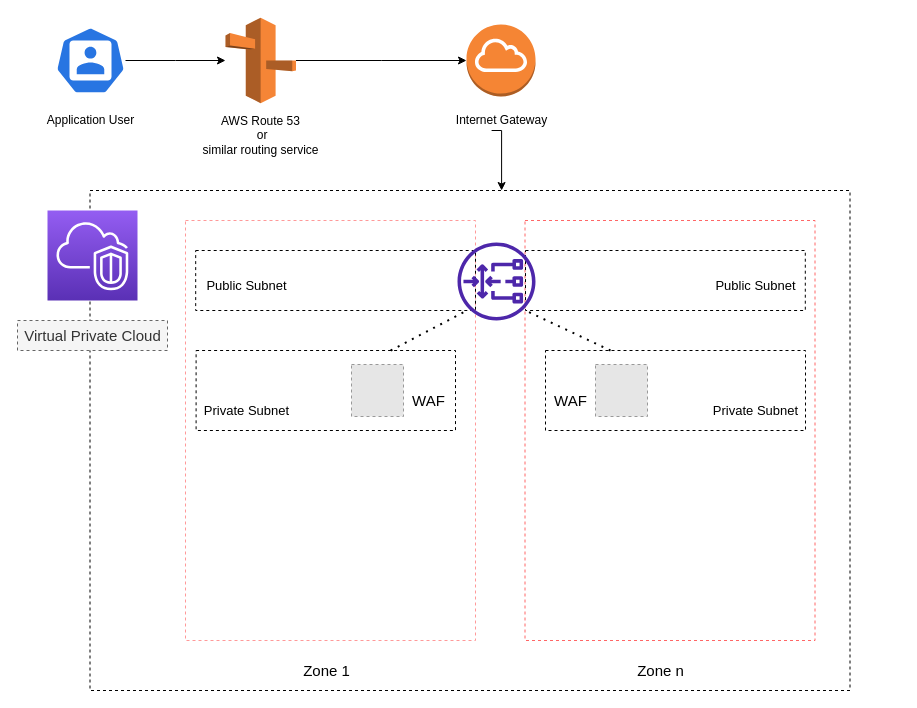
This is img/Untitled Diagram.drawio from anmolmalik97/bestcardetailing, a draw.io file, before an edit. Source tidied: cells renumbered, new cells numbered last; positions are measured from the earlier drawing's top-left corner, leaving out a move shared by most shapes. Both pictures are drawn from the tidied source at 100%, with x=0, y=0 at pixel (17, 17). Pictures stored in the file or linked from it are replaced by grey dashed boxes.
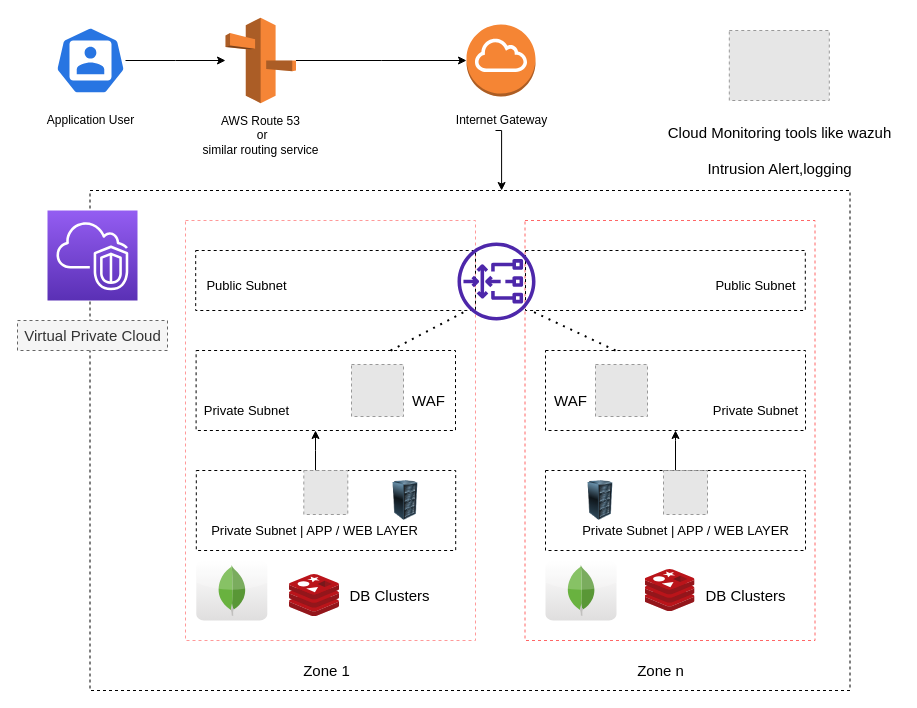
The same diagram, later.

Unchanged cells that the change refers to:
```xml
<mxCell id="25" style="rounded=0;whiteSpace=wrap;html=1;dashed=1;fontSize=17;fillColor=none;" parent="1" vertex="1">
  <mxGeometry x="528" y="333" width="260" height="80" as="geometry" />
</mxCell>
```

Diff of the diagram source:
```diff
@@
     <mxCell id="9" style="edgeStyle=orthogonalEdgeStyle;rounded=0;orthogonalLoop=1;jettySize=auto;html=1;" parent="1" edge="1">
       <mxGeometry relative="1" as="geometry">
-        <mxPoint x="474.1" y="113" as="sourcePoint" />
+        <mxPoint x="478" y="113" as="sourcePoint" />
         <mxPoint x="484.1" y="173" as="targetPoint" />
         <Array as="points">
           <mxPoint x="484" y="113" />
         </Array>
       </mxGeometry>
     </mxCell>
@@
-    <mxCell id="34" style="endArrow=none;dashed=1;html=1;dashPattern=1 3;strokeWidth=2;rounded=0;fontSize=15;exitX=0.25;exitY=0;exitDx=0;exitDy=0;" parent="1" edge="1" source="25">
+    <mxCell id="34" style="endArrow=none;dashed=1;html=1;dashPattern=1 3;strokeWidth=2;rounded=0;fontSize=15;exitX=0.25;exitY=0;exitDx=0;exitDy=0;" parent="1" edge="1">
       <mxGeometry relative="1" as="geometry">
-        <mxPoint x="508" y="293" as="targetPoint" />
+        <mxPoint x="598" y="333" as="sourcePoint" />
+        <mxPoint x="513" y="293" as="targetPoint" />
       </mxGeometry>
     </mxCell>
+    <mxCell id="35" style="rounded=0;whiteSpace=wrap;html=1;dashed=1;fontSize=17;fillColor=none;" parent="1" vertex="1">
+      <mxGeometry x="178.8" y="453" width="259.4" height="80" as="geometry" />
+    </mxCell>
+    <mxCell id="36" value="Private Subnet | APP / WEB LAYER" style="text;html=1;align=center;verticalAlign=middle;fillColor=none;strokeColor=none;rounded=0;dashed=1;fontSize=13;" parent="1" vertex="1">
+      <mxGeometry x="187" y="503" width="220" height="20" as="geometry" />
+    </mxCell>
+    <mxCell id="37" style="rounded=0;whiteSpace=wrap;html=1;dashed=1;fontSize=17;fillColor=none;" parent="1" vertex="1">
+      <mxGeometry x="528" y="453" width="260" height="80" as="geometry" />
+    </mxCell>
+    <mxCell id="38" value="Private Subnet | APP / WEB LAYER" style="text;html=1;align=center;verticalAlign=middle;fillColor=none;strokeColor=none;rounded=0;dashed=1;fontSize=13;" parent="1" vertex="1">
+      <mxGeometry x="558" y="503" width="220" height="20" as="geometry" />
+    </mxCell>
+    <mxCell id="39" style="image;html=1;image=img/lib/clip_art/computers/Server_Rack_128x128.png;dashed=1;fontSize=15;strokeColor=#FF6666;" parent="1" vertex="1">
+      <mxGeometry x="358" y="463" width="60" height="40" as="geometry" />
+    </mxCell>
+    <mxCell id="40" style="image;html=1;image=img/lib/clip_art/computers/Server_Rack_128x128.png;dashed=1;fontSize=15;strokeColor=#FF6666;" parent="1" vertex="1">
+      <mxGeometry x="553" y="463" width="60" height="40" as="geometry" />
+    </mxCell>
+    <mxCell id="41" style="endArrow=classic;html=1;rounded=0;fontSize=15;" parent="1" edge="1">
+      <mxGeometry relative="1" as="geometry">
+        <mxPoint x="298" y="453" as="sourcePoint" />
+        <mxPoint x="298" y="413" as="targetPoint" />
+        <Array as="points">
+          <mxPoint x="298" y="433" />
+        </Array>
+      </mxGeometry>
+    </mxCell>
+    <mxCell id="42" style="endArrow=classic;html=1;rounded=0;fontSize=15;entryX=0.5;entryY=1;entryDx=0;entryDy=0;exitX=0.5;exitY=0;exitDx=0;exitDy=0;" parent="1" edge="1" source="37" target="25">
+      <mxGeometry relative="1" as="geometry">
+        <Array as="points">
+          <mxPoint x="658" y="423" />
+        </Array>
+      </mxGeometry>
+    </mxCell>
+    <mxCell id="43" style="dashed=0;html=1;align=center;labelPosition=center;verticalLabelPosition=bottom;verticalAlign=top;shape=mxgraph.webicons.mongodb;gradientColor=#DFDEDE;fontSize=15;strokeColor=#FF6666;" parent="1" vertex="1">
+      <mxGeometry x="178.8" y="543" width="71" height="60" as="geometry" />
+    </mxCell>
+    <mxCell id="44" style="dashed=0;html=1;align=center;labelPosition=center;verticalLabelPosition=bottom;verticalAlign=top;shape=mxgraph.webicons.mongodb;gradientColor=#DFDEDE;fontSize=15;strokeColor=#FF6666;" parent="1" vertex="1">
+      <mxGeometry x="528" y="543" width="71" height="60" as="geometry" />
+    </mxCell>
+    <mxCell id="45" value="DB Clusters" style="text;html=1;align=center;verticalAlign=middle;fillColor=none;strokeColor=none;rounded=0;dashed=1;fontSize=15;" parent="1" vertex="1">
+      <mxGeometry x="322" y="568" width="100" height="20" as="geometry" />
+    </mxCell>
+    <mxCell id="46" value="DB Clusters" style="text;html=1;align=center;verticalAlign=middle;fillColor=none;strokeColor=none;rounded=0;dashed=1;fontSize=15;" parent="1" vertex="1">
+      <mxGeometry x="677.5" y="568" width="100" height="20" as="geometry" />
+    </mxCell>
+    <mxCell id="47" style="sketch=0;html=1;align=center;image;fontSize=12;image=img/lib/mscae/Cache_Redis_Product.svg;dashed=1;strokeColor=#FF6666;" parent="1" vertex="1">
+      <mxGeometry x="272" y="557" width="50" height="42" as="geometry" />
+    </mxCell>
+    <mxCell id="48" style="sketch=0;html=1;align=center;image;fontSize=12;image=img/lib/mscae/Cache_Redis_Product.svg;dashed=1;strokeColor=#FF6666;" parent="1" vertex="1">
+      <mxGeometry x="627.5" y="552" width="50" height="42" as="geometry" />
+    </mxCell>
+    <mxCell id="49" style="fillColor=#E6E6E6;strokeColor=#999999;dashed=1;verticalLabelPosition=bottom;labelBackgroundColor=#ffffff;verticalAlign=top;fontSize=15;" parent="1" vertex="1">
+      <mxGeometry x="711.8" y="13" width="100" height="70" as="geometry" />
+    </mxCell>
+    <mxCell id="50" value="Cloud Monitoring tools like wazuh&lt;br&gt;&lt;br&gt;Intrusion Alert,logging" style="text;html=1;align=center;verticalAlign=middle;fillColor=none;strokeColor=none;rounded=0;dashed=1;fontSize=15;" parent="1" vertex="1">
+      <mxGeometry x="641.8" y="103" width="240" height="60" as="geometry" />
+    </mxCell>
+    <mxCell id="51" style="fillColor=#E6E6E6;strokeColor=#999999;dashed=1;html=1;verticalAlign=top;verticalLabelPosition=bottom;labelBackgroundColor=#ffffff;fontSize=15;" parent="1" vertex="1">
+      <mxGeometry x="286.3" y="453" width="44" height="44" as="geometry" />
+    </mxCell>
+    <mxCell id="52" style="fillColor=#E6E6E6;strokeColor=#999999;dashed=1;html=1;verticalAlign=top;verticalLabelPosition=bottom;labelBackgroundColor=#ffffff;fontSize=15;" parent="1" vertex="1">
+      <mxGeometry x="646" y="453" width="44" height="44" as="geometry" />
+    </mxCell>
```
